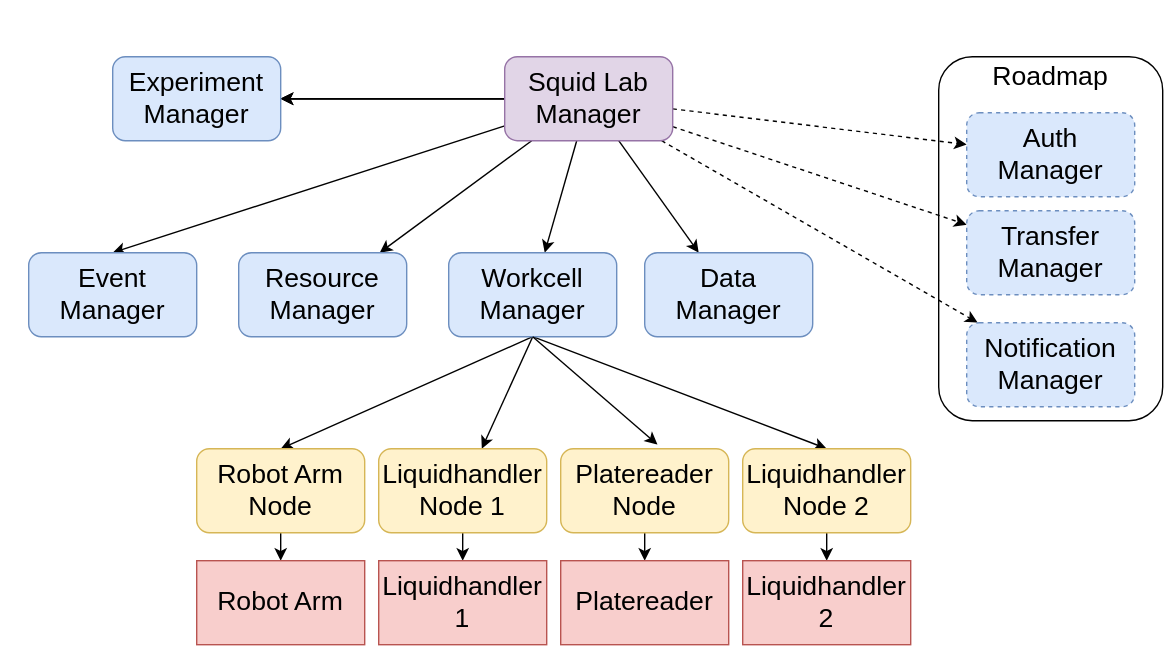
AD-SDL/MADSci keeps this draw.io diagram as assets/drawio/madsci_architecture.drawio.svg. Above is the earlier version. Source tidied: cells renumbered, new cells last; positions are measured from the earlier drawing's top-left corner, leaving out a move shared by most shapes.
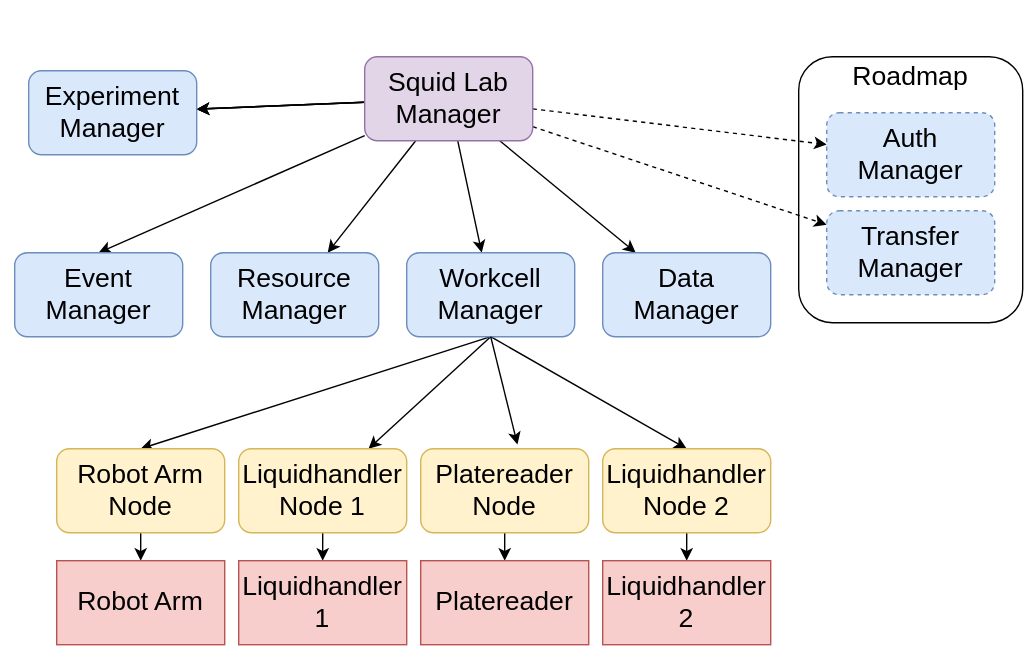
Later version of the same file.

What changed in the source:
```diff
@@ -3,10 +3,10 @@
     <mxCell id="0" />
     <mxCell id="1" parent="0" />
     <mxCell id="2" style="rounded=1;whiteSpace=wrap;html=1;strokeColor=none;" parent="1" vertex="1">
-      <mxGeometry width="840" height="480" as="geometry" />
+      <mxGeometry x="100" width="740" height="480" as="geometry" />
     </mxCell>
     <mxCell id="3" style="rounded=1;whiteSpace=wrap;html=1;fontSize=19;" parent="1" vertex="1">
-      <mxGeometry x="670" y="40" width="160" height="260" as="geometry" />
+      <mxGeometry x="670" y="40" width="160" height="190" as="geometry" />
     </mxCell>
     <mxCell id="4" style="edgeStyle=none;html=1;fontSize=19;" parent="1" edge="1" source="14" target="18">
       <mxGeometry relative="1" as="geometry" />
@@ -26,9 +26,6 @@
     <mxCell id="9" style="edgeStyle=none;html=1;entryX=0.5;entryY=0;entryDx=0;entryDy=0;fontSize=19;" parent="1" edge="1" source="14" target="21">
       <mxGeometry relative="1" as="geometry" />
     </mxCell>
-    <mxCell id="10" style="edgeStyle=none;html=1;dashed=1;fontSize=19;" parent="1" edge="1" source="14" target="22">
-      <mxGeometry relative="1" as="geometry" />
-    </mxCell>
     <mxCell id="11" style="edgeStyle=none;html=1;dashed=1;fontSize=19;" parent="1" edge="1" source="14" target="23">
       <mxGeometry relative="1" as="geometry" />
     </mxCell>
@@ -51,20 +48,17 @@
       <mxGeometry relative="1" as="geometry" />
     </mxCell>
     <mxCell id="18" value="Workcell Manager" style="whiteSpace=wrap;html=1;rounded=1;fillColor=#dae8fc;strokeColor=#6c8ebf;fontSize=19;" parent="1" vertex="1">
-      <mxGeometry x="320" y="180" width="120" height="60" as="geometry" />
+      <mxGeometry x="390" y="180" width="120" height="60" as="geometry" />
     </mxCell>
     <mxCell id="19" value="Experiment Manager" style="whiteSpace=wrap;html=1;rounded=1;fillColor=#dae8fc;strokeColor=#6c8ebf;fontSize=19;" parent="1" vertex="1">
-      <mxGeometry x="80" y="40" width="120" height="60" as="geometry" />
+      <mxGeometry x="120" y="50" width="120" height="60" as="geometry" />
     </mxCell>
     <mxCell id="20" value="Resource Manager" style="whiteSpace=wrap;html=1;rounded=1;fillColor=#dae8fc;strokeColor=#6c8ebf;fontSize=19;" parent="1" vertex="1">
-      <mxGeometry x="170" y="180" width="120" height="60" as="geometry" />
+      <mxGeometry x="250" y="180" width="120" height="60" as="geometry" />
     </mxCell>
     <mxCell id="21" value="Event Manager" style="rounded=1;whiteSpace=wrap;html=1;fillColor=#dae8fc;strokeColor=#6c8ebf;fontSize=19;" parent="1" vertex="1">
-      <mxGeometry x="20" y="180" width="120" height="60" as="geometry" />
+      <mxGeometry x="110" y="180" width="120" height="60" as="geometry" />
     </mxCell>
-    <mxCell id="22" value="Notification Manager" style="whiteSpace=wrap;html=1;rounded=1;dashed=1;fillColor=#dae8fc;strokeColor=#6c8ebf;fontSize=19;" parent="1" vertex="1">
-      <mxGeometry x="690" y="230" width="120" height="60" as="geometry" />
-    </mxCell>
     <mxCell id="23" value="Transfer Manager" style="whiteSpace=wrap;html=1;rounded=1;dashed=1;fillColor=#dae8fc;strokeColor=#6c8ebf;fontSize=19;" parent="1" vertex="1">
       <mxGeometry x="690" y="150" width="120" height="60" as="geometry" />
     </mxCell>
@@ -75,7 +69,7 @@
       <mxGeometry x="720" y="40" width="60" height="30" as="geometry" />
     </mxCell>
     <mxCell id="26" value="Data Manager" style="whiteSpace=wrap;html=1;rounded=1;fillColor=#dae8fc;strokeColor=#6c8ebf;fontSize=19;" parent="1" vertex="1">
-      <mxGeometry x="460" y="180" width="120" height="60" as="geometry" />
+      <mxGeometry x="530" y="180" width="120" height="60" as="geometry" />
     </mxCell>
     <mxCell id="27" style="edgeStyle=none;html=1;fontSize=19;" parent="1" edge="1" source="28" target="36">
       <mxGeometry relative="1" as="geometry" />
```
